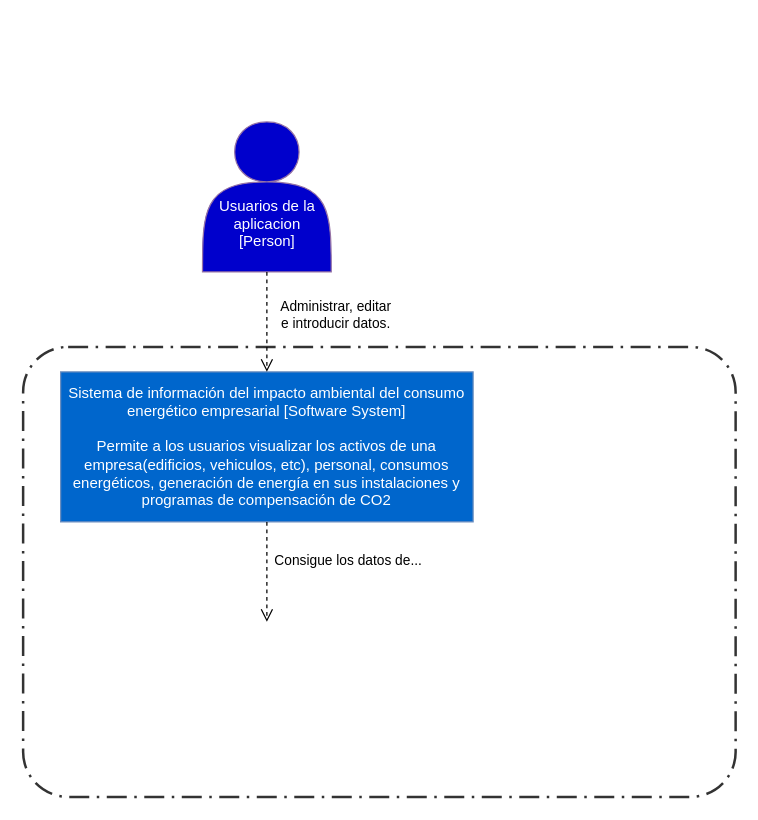
Above: docs/c4models/context_diagram.drawio in DaniCallado95/GSI-Proyecto (draw.io), before the change. Source tidied: cells renumbered, new cells numbered last; positions are measured from the earlier drawing's top-left corner, leaving out a move shared by most shapes. Both pictures are drawn from the tidied source at 125%, with x=0, y=0 at pixel (22, 121).
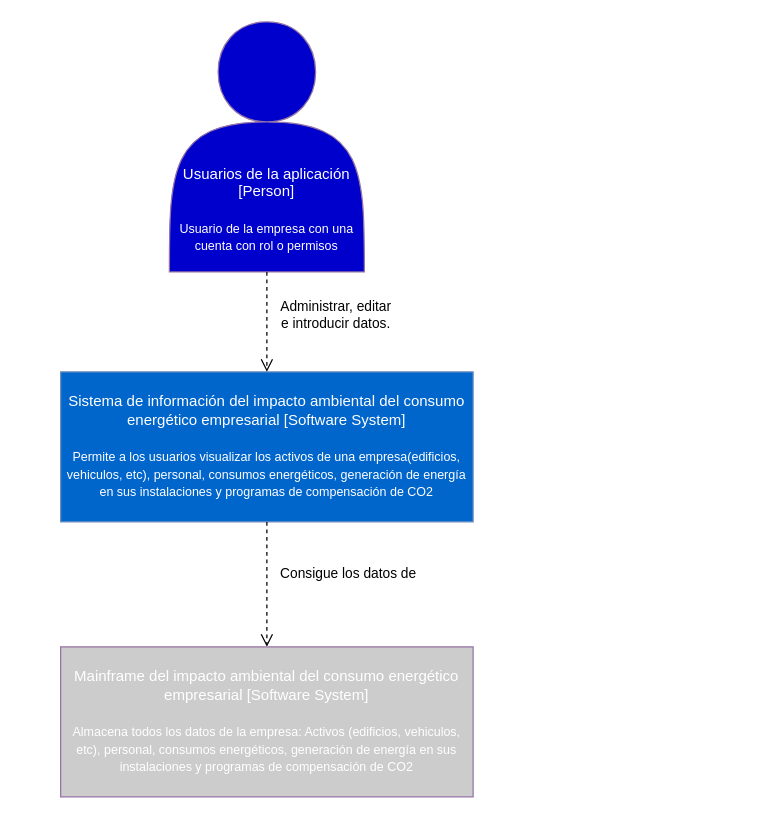
Above is the later version.

The edit, as a diff of the source:
```diff
@@
 <mxGraphModel>
   <root>
     <mxCell id="0" />
     <mxCell id="1" parent="0" />
-    <mxCell id="2" value="&lt;span style=&quot;white-space: normal&quot;&gt;&lt;font color=&quot;#ffffff&quot;&gt;Sistema de información del impacto ambiental del consumo energético empresarial [Software System]&lt;br&gt;&lt;br&gt;Permite a los usuarios visualizar los activos de una empresa(edificios, vehiculos, etc), personal, consumos energéticos, generación de energía en sus instalaciones y programas de compensación de CO2&lt;/font&gt;&lt;br&gt;&lt;/span&gt;" style="rounded=0;whiteSpace=wrap;html=1;fillColor=#0066CC;strokeColor=#6c8ebf;" parent="1" vertex="1">
+    <mxCell id="2" value="&lt;span style=&quot;white-space: normal&quot;&gt;&lt;font color=&quot;#ffffff&quot;&gt;Sistema de información del impacto ambiental del consumo energético empresarial [Software System]&lt;br&gt;&lt;br&gt;&lt;font style=&quot;font-size: 10px&quot;&gt;Permite a los usuarios visualizar los activos de una empresa(edificios, vehiculos, etc), personal, consumos energéticos, generación de energía en sus instalaciones y programas de compensación de CO2&lt;/font&gt;&lt;/font&gt;&lt;br&gt;&lt;/span&gt;" style="rounded=0;whiteSpace=wrap;html=1;fillColor=#0066CC;strokeColor=#6c8ebf;" parent="1" vertex="1">
       <mxGeometry x="30" y="200" width="330" height="120" as="geometry" />
     </mxCell>
-    <mxCell id="3" value="&lt;br&gt;&lt;br&gt;&lt;br&gt;&lt;font color=&quot;#ffffff&quot;&gt;Usuarios de la aplicacion [Person]&lt;/font&gt;" style="shape=actor;whiteSpace=wrap;html=1;fillColor=#0000CC;strokeColor=#9673a6;gradientColor=none;" parent="1" vertex="1">
-      <mxGeometry x="143.5" width="103" height="120" as="geometry" />
-    </mxCell>
+    <mxCell id="7" value="&lt;br&gt;&lt;br&gt;&lt;br&gt;&lt;font color=&quot;#ffffff&quot;&gt;&lt;br&gt;&lt;br&gt;&lt;br&gt;&lt;br&gt;Usuarios de la aplicación [Person]&lt;br&gt;&lt;br&gt;&lt;font style=&quot;font-size: 10px&quot;&gt;Usuario de la empresa con una cuenta con rol o permisos&lt;/font&gt;&lt;br&gt;&lt;/font&gt;" style="shape=actor;whiteSpace=wrap;html=1;fillColor=#0000CC;strokeColor=#9673a6;gradientColor=none;" parent="1" vertex="1">
+      <mxGeometry x="117" y="-80" width="156" height="200" as="geometry" />
+    </mxCell>
-    <mxCell id="4" value="Administrar, editar &lt;br&gt;e introducir datos." style="html=1;verticalAlign=bottom;endArrow=open;dashed=1;endSize=8;exitX=0.5;exitY=1;exitDx=0;exitDy=0;entryX=0.5;entryY=0;entryDx=0;entryDy=0;" parent="1" edge="1" source="3" target="2">
+    <mxCell id="4" value="Administrar, editar &lt;br&gt;e introducir datos." style="html=1;verticalAlign=bottom;endArrow=open;dashed=1;endSize=8;exitX=0.5;exitY=1;exitDx=0;exitDy=0;entryX=0.5;entryY=0;entryDx=0;entryDy=0;" parent="1" edge="1" source="7" target="2">
       <mxGeometry x="0.25" y="55" relative="1" as="geometry" />
     </mxCell>
-    <mxCell id="5" value="Consigue los datos de..." style="html=1;verticalAlign=bottom;endArrow=open;dashed=1;endSize=8;exitX=0.5;exitY=1;exitDx=0;exitDy=0;" parent="1" edge="1" source="2">
-      <mxGeometry y="65" relative="1" as="geometry">
-        <mxPoint x="195" y="400" as="targetPoint" />
-      </mxGeometry>
-    </mxCell>
-    <mxCell id="6" style="rounded=1;arcSize=10;dashed=1;strokeColor=#000000;fillColor=none;gradientColor=none;dashPattern=8 3 1 3;strokeWidth=2;opacity=80;" parent="1" vertex="1">
-      <mxGeometry y="180" width="570" height="360" as="geometry" />
-    </mxCell>
+    <mxCell id="8" value="Consigue los datos de" style="html=1;verticalAlign=bottom;endArrow=open;dashed=1;endSize=8;exitX=0.5;exitY=1;exitDx=0;exitDy=0;entryX=0.5;entryY=0;entryDx=0;entryDy=0;" parent="1" edge="1" source="2" target="9">
+      <mxGeometry y="65" relative="1" as="geometry" />
+    </mxCell>
+    <mxCell id="9" value="&lt;span style=&quot;white-space: normal&quot;&gt;&lt;font color=&quot;#ffffff&quot;&gt;Mainframe del impacto ambiental del consumo energético empresarial [Software System]&lt;br&gt;&lt;br&gt;&lt;font style=&quot;font-size: 10px&quot;&gt;Almacena todos los datos de la empresa: Activos (edificios, vehiculos, etc), personal, consumos energéticos, generación de energía en sus instalaciones y programas de compensación de CO2&lt;/font&gt;&lt;/font&gt;&lt;br&gt;&lt;/span&gt;" style="rounded=0;whiteSpace=wrap;html=1;fillColor=#CCCCCC;strokeColor=#9673a6;" parent="1" vertex="1">
+      <mxGeometry x="30" y="420" width="330" height="120" as="geometry" />
+    </mxCell>
   </root>
 </mxGraphModel>
```
